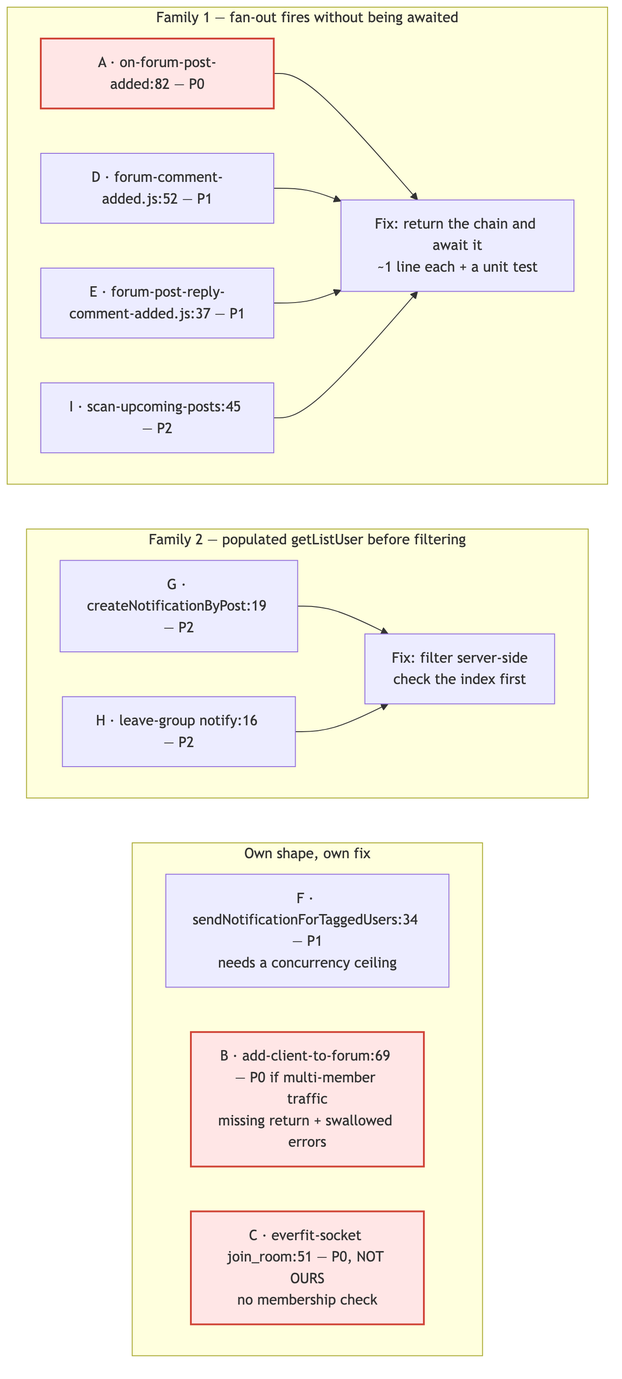
Earlier version of the Mermaid export up-77603-forum-comment-fanout-async/d5-fix-families.png (thucvo-everfit/ef-diagrams). Its source is kept beside it as up-77603-forum-comment-fanout-async/d5-fix-families.mmd.
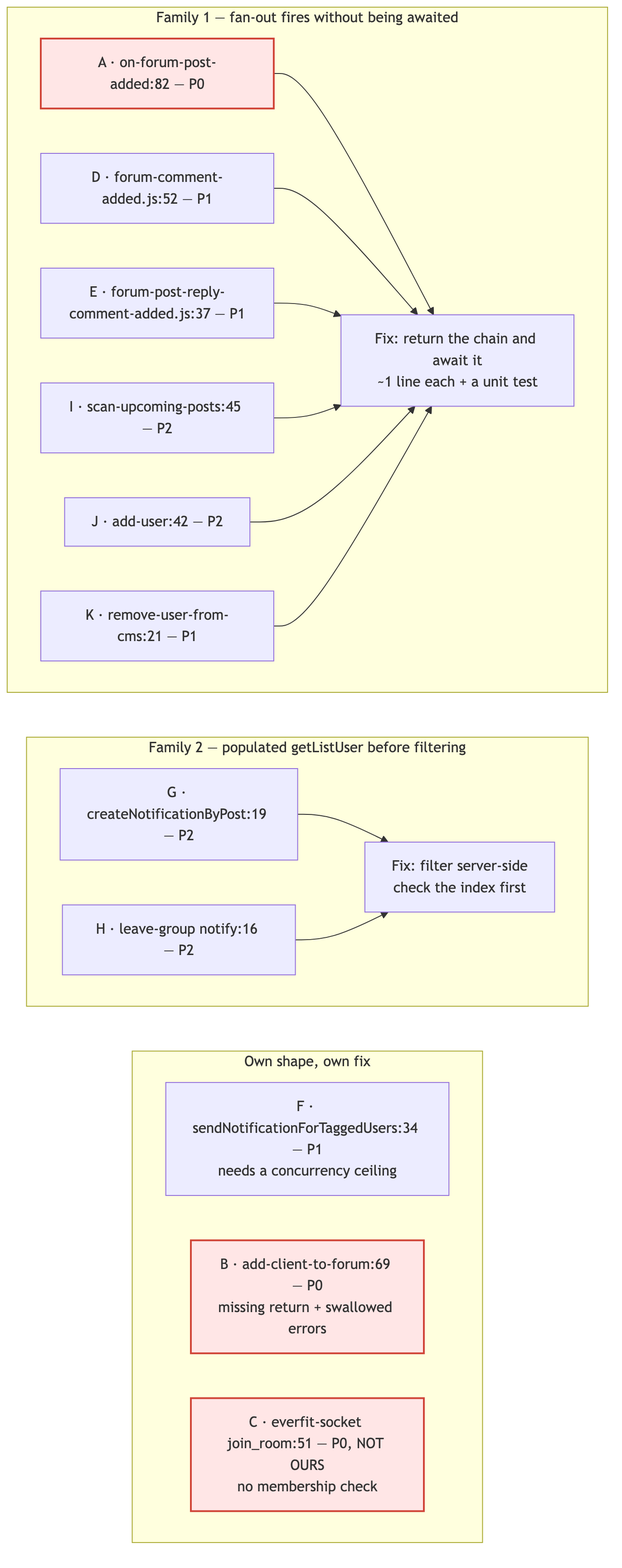
After the change.

Commit message:
UP-77603: add sweep funnel diagram, add issues J and K to fix families

Change to the diagram source:
```diff
@@ -5,11 +5,15 @@
         D["D · forum-comment-added.js:52 — P1"]
         E["E · forum-post-reply-comment-added.js:37 — P1"]
         I["I · scan-upcoming-posts:45 — P2"]
+        J["J · add-user:42 — P2"]
+        K["K · remove-user-from-cms:21 — P1"]
         FIX1["Fix: return the chain and await it<br/>~1 line each + a unit test"]
         A --> FIX1
         D --> FIX1
         E --> FIX1
         I --> FIX1
+        J --> FIX1
+        K --> FIX1
     end
 
     subgraph fam2["Family 2 — populated getListUser before filtering"]
@@ -24,11 +28,9 @@
     subgraph solo["Own shape, own fix"]
         direction LR
         F["F · sendNotificationForTaggedUsers:34 — P1<br/>needs a concurrency ceiling"]
-        B["B · add-client-to-forum:69 — P0 if multi-member traffic<br/>missing return + swallowed errors"]
+        B["B · add-client-to-forum:69 — P0<br/>missing return + swallowed errors"]
         C["C · everfit-socket join_room:51 — P0, NOT OURS<br/>no membership check"]
     end
-
-
 
     FIX1 ~~~ G
     FIX2 ~~~ F
```
